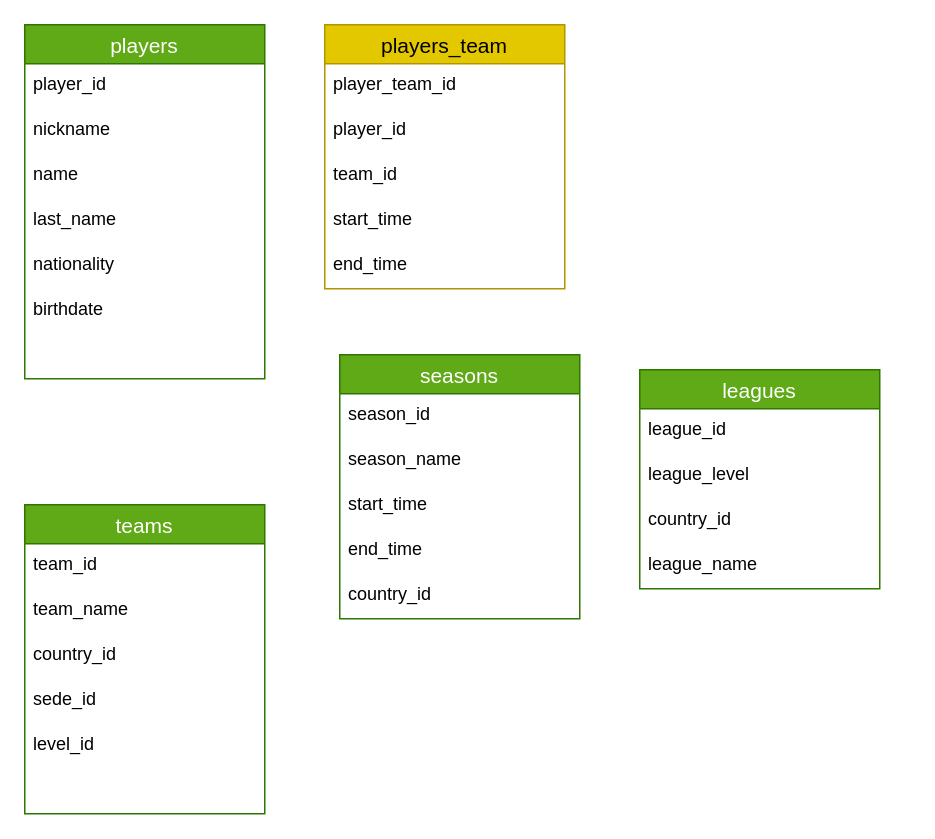
Earlier version of the draw.io diagram soccer_model.drawio (r3card0/soccer.stats). Source tidied: cells renumbered, new cells numbered last; positions are measured from the earlier drawing's top-left corner, leaving out a move shared by most shapes. Both pictures are drawn from the tidied source at 150%, with x=0, y=0 at pixel (24, 24).
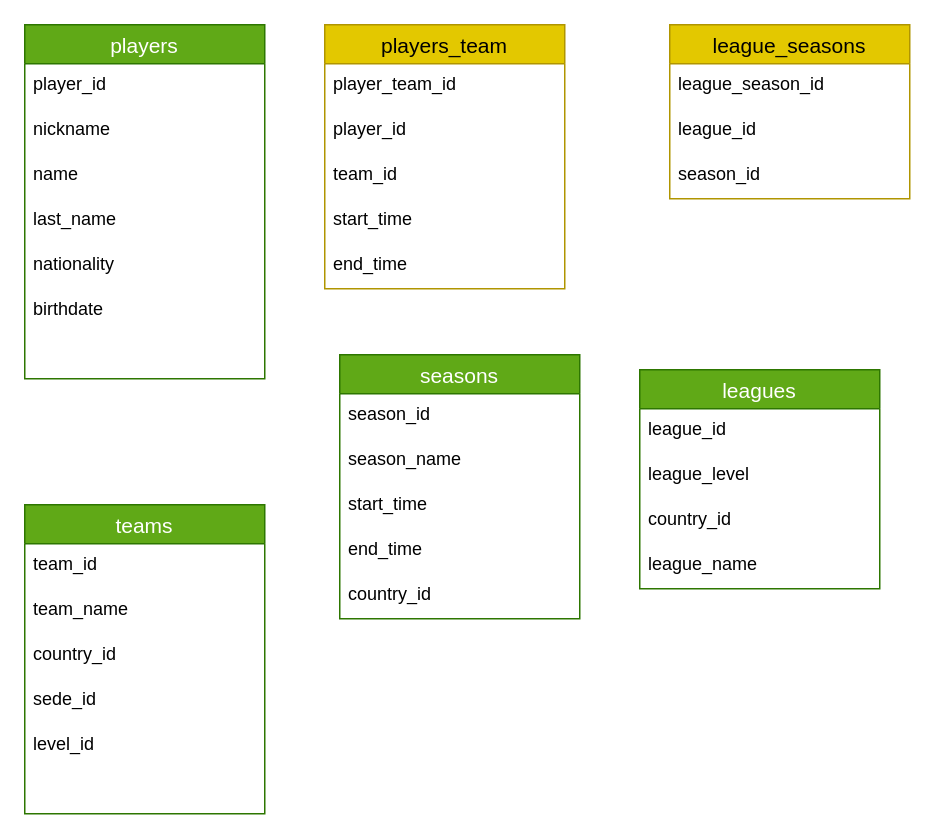
After the change.

Commit message:
league_seasons model

Change to the diagram source:
```diff
@@
+    <mxCell id="34" value="league_seasons" style="swimlane;fontStyle=0;horizontal=1;startSize=26;align=center;fontSize=14;fillColor=#e3c800;fontColor=#000000;strokeColor=#B09500;" parent="1" vertex="1">
+      <mxGeometry x="430" width="160" height="116" as="geometry" />
+    </mxCell>
+    <mxCell id="35" value="league_season_id" style="text;strokeColor=none;fillColor=none;spacingLeft=4;spacingRight=4;overflow=hidden;fontSize=12;" parent="34" vertex="1">
+      <mxGeometry y="26" width="160" height="30" as="geometry" />
+    </mxCell>
+    <mxCell id="36" value="league_id" style="text;strokeColor=none;fillColor=none;spacingLeft=4;spacingRight=4;overflow=hidden;fontSize=12;" parent="34" vertex="1">
+      <mxGeometry y="56" width="160" height="30" as="geometry" />
+    </mxCell>
+    <mxCell id="37" value="season_id" style="text;strokeColor=none;fillColor=none;spacingLeft=4;spacingRight=4;overflow=hidden;fontSize=12;" parent="34" vertex="1">
+      <mxGeometry y="86" width="160" height="30" as="geometry" />
+    </mxCell>
```
